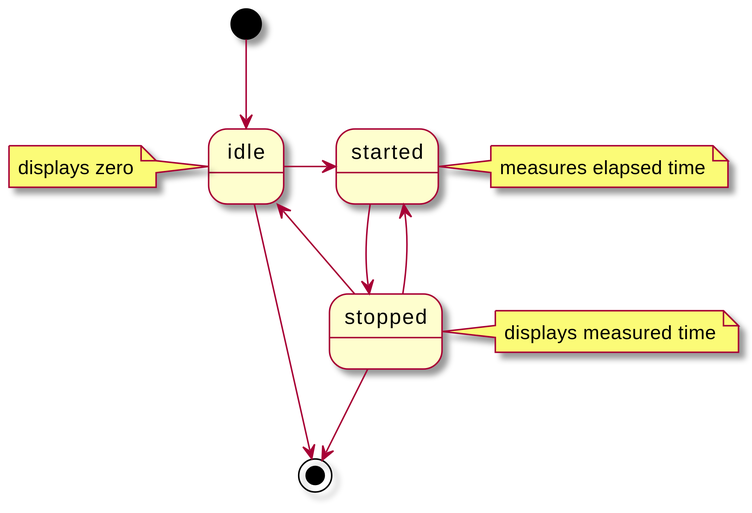
Before: lectures/figures/uml/stopwatch_state_commented.svg, a diagram exported from PlantUML (pintergreg/software-engineering).
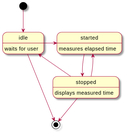
The same diagram one commit later.

Commit message:
Use descriptions instead of notes #4

The edit, as a diff of the source:
```diff
@@ -1,17 +1,16 @@
 @startuml
-scale 4
 skin rose
 
 [*] --> idle
+idle : waits for user
 idle --> [*]
 
-note left of idle: displays zero
 
 idle -> started
 started --> stopped
-note right of started: measures elapsed time
+started: measures elapsed time
 stopped --> [*]
-note right of stopped: displays measured time
+stopped: displays measured time
 
 stopped --> started
 stopped -> idle
```
